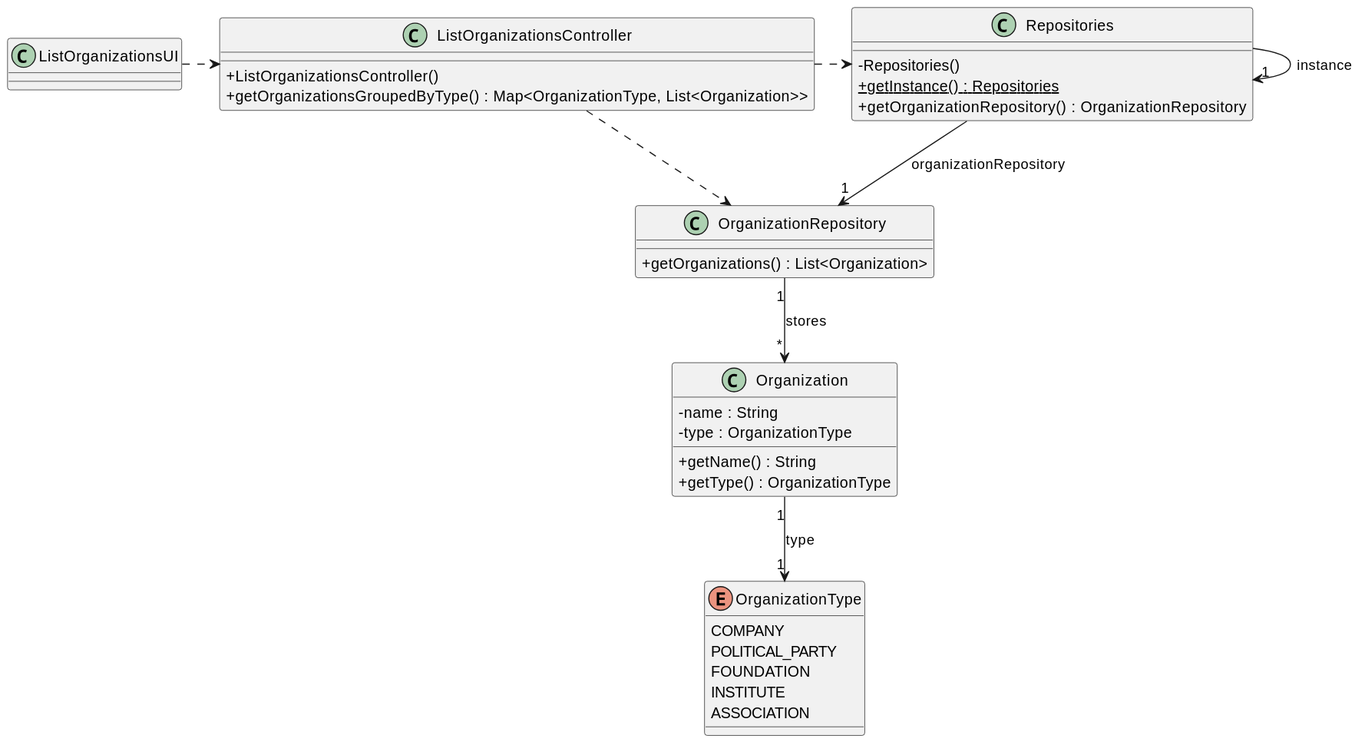
This is docs/system-documentation/US03/03.design/svg/US03_CD.svg from brunodspinto/crystal-clear-platform, a PlantUML export, as it was before one commit.
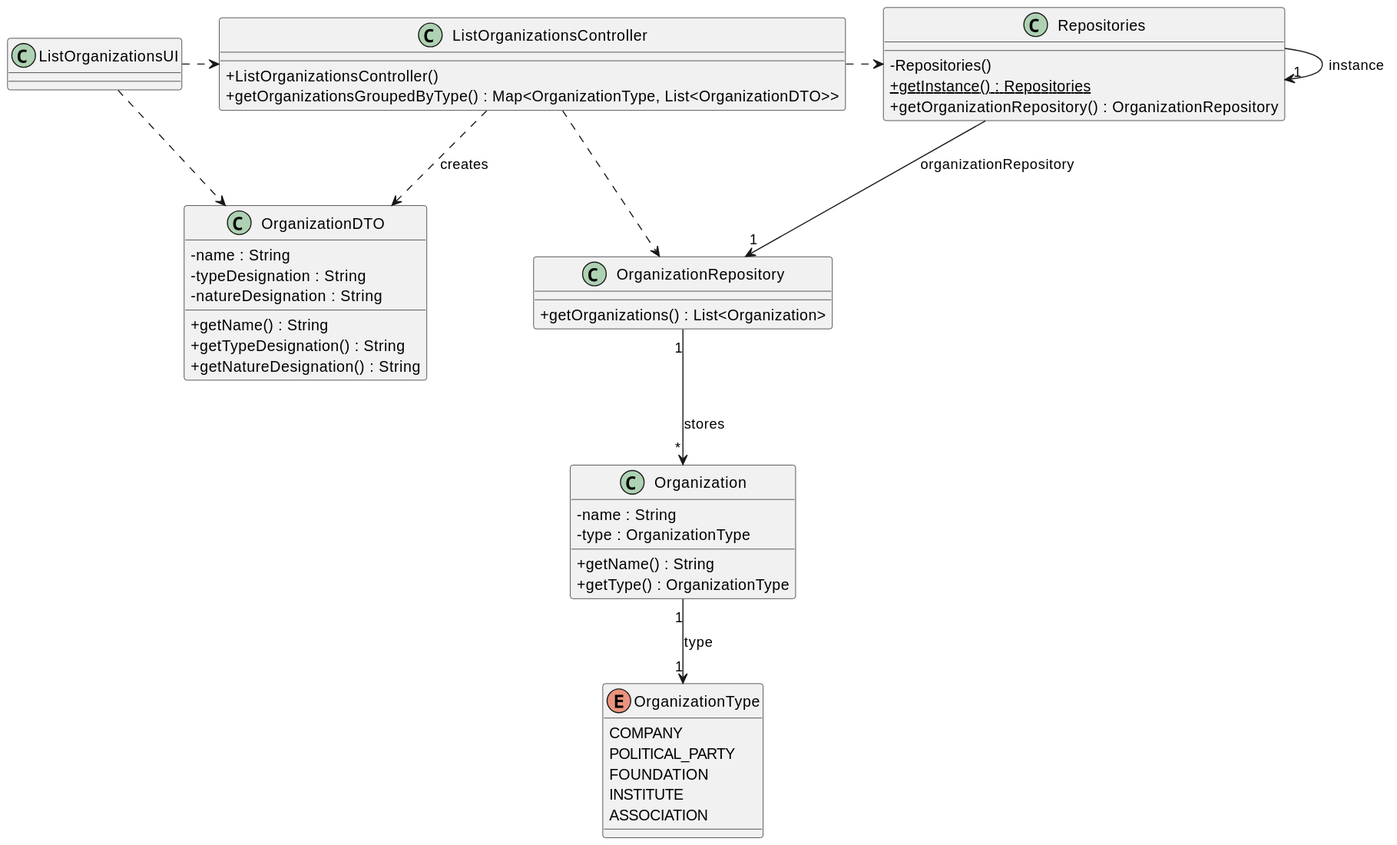
After the change.

What changed in the source:
```diff
@@ -9,7 +9,16 @@
 
 class ListOrganizationsController {
     + ListOrganizationsController()
-    + getOrganizationsGroupedByType() : Map<OrganizationType, List<Organization>>
+    + getOrganizationsGroupedByType() : Map<OrganizationType, List<OrganizationDTO>>
+}
+
+class OrganizationDTO {
+    - name : String
+    - typeDesignation : String
+    - natureDesignation : String
+    + getName() : String
+    + getTypeDesignation() : String
+    + getNatureDesignation() : String
 }
 
 class OrganizationRepository {
@@ -38,6 +47,8 @@
 }
 
 ListOrganizationsUI .> ListOrganizationsController
+ListOrganizationsUI ..> OrganizationDTO
+ListOrganizationsController ..> OrganizationDTO : creates
 ListOrganizationsController .> Repositories
 ListOrganizationsController ..> OrganizationRepository
 Repositories -> "1" Repositories : instance
```
